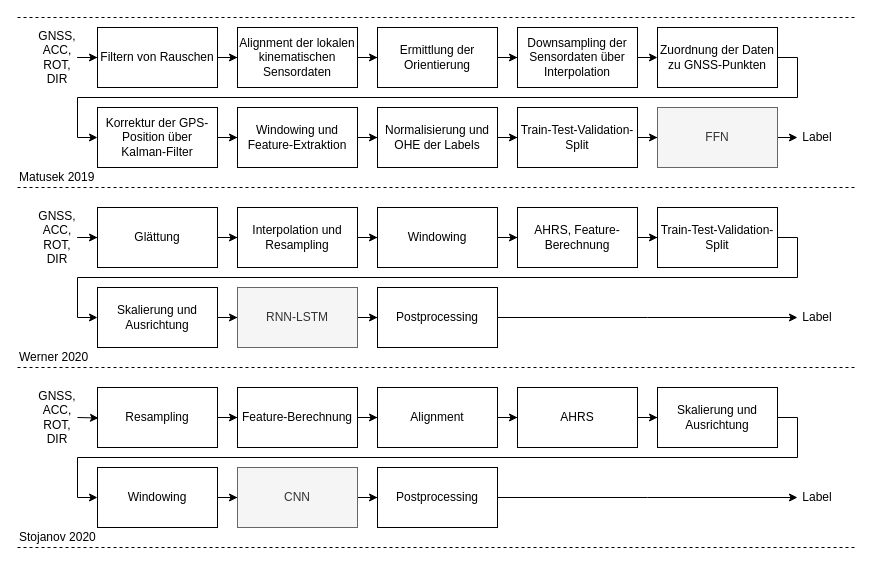
Above: images/movebis-vergleich.drawio in PhilippMatthes/diplom (draw.io), before the change. Source tidied: cells renumbered, new cells numbered last; positions are measured from the earlier drawing's top-left corner, leaving out a move shared by most shapes. Both pictures are drawn from the tidied source at 100%, with x=0, y=0 at pixel (17, 17).
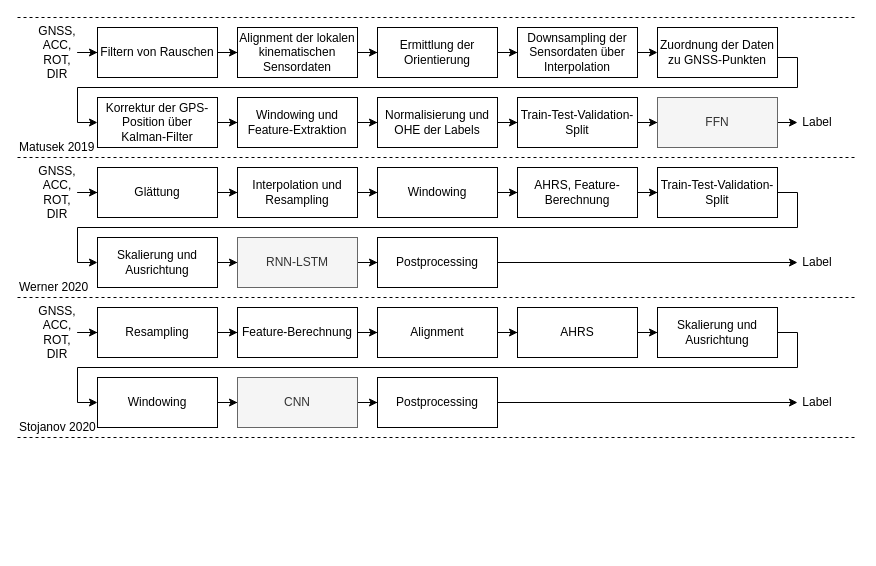
The same page after the edit.

The edit, as a diff of the source:
```diff
@@
     <mxCell id="3" value="Filtern von Rauschen" style="rounded=0;whiteSpace=wrap;html=1;" parent="1" vertex="1">
-      <mxGeometry x="80" y="10" width="120" height="60" as="geometry" />
+      <mxGeometry x="80" y="10" width="120" height="50" as="geometry" />
     </mxCell>
@@
     <mxCell id="5" value="Ermittlung der Orientierung" style="rounded=0;whiteSpace=wrap;html=1;" parent="1" vertex="1">
-      <mxGeometry x="360" y="10" width="120" height="60" as="geometry" />
+      <mxGeometry x="360" y="10" width="120" height="50" as="geometry" />
     </mxCell>
@@
     <mxCell id="7" value="Downsampling der Sensordaten über Interpolation" style="rounded=0;whiteSpace=wrap;html=1;" parent="1" vertex="1">
-      <mxGeometry x="500" y="10" width="120" height="60" as="geometry" />
+      <mxGeometry x="500" y="10" width="120" height="50" as="geometry" />
     </mxCell>
     <mxCell id="8" style="edgeStyle=orthogonalEdgeStyle;rounded=0;jettySize=auto;html=1;entryX=0;entryY=0.5;entryDx=0;entryDy=0;exitX=1;exitY=0.5;exitDx=0;exitDy=0;" parent="1" edge="1" source="9" target="11">
       <mxGeometry relative="1" as="geometry">
         <Array as="points">
+          <mxPoint x="760" y="40" />
           <mxPoint x="780" y="40" />
-          <mxPoint x="780" y="80" />
-          <mxPoint x="60" y="80" />
-          <mxPoint x="60" y="120" />
+          <mxPoint x="780" y="70" />
+          <mxPoint x="60" y="70" />
+          <mxPoint x="60" y="105" />
         </Array>
       </mxGeometry>
     </mxCell>
     <mxCell id="9" value="Zuordnung der Daten zu GNSS-Punkten" style="rounded=0;whiteSpace=wrap;html=1;" parent="1" vertex="1">
-      <mxGeometry x="640" y="10" width="120" height="60" as="geometry" />
+      <mxGeometry x="640" y="10" width="120" height="50" as="geometry" />
     </mxCell>
@@
     <mxCell id="11" value="Korrektur der GPS-Position über Kalman-Filter" style="rounded=0;whiteSpace=wrap;html=1;" parent="1" vertex="1">
-      <mxGeometry x="80" y="90" width="120" height="60" as="geometry" />
+      <mxGeometry x="80" y="80" width="120" height="50" as="geometry" />
     </mxCell>
@@
     <mxCell id="13" value="Alignment der lokalen kinematischen Sensordaten" style="rounded=0;whiteSpace=wrap;html=1;" parent="1" vertex="1">
-      <mxGeometry x="220" y="10" width="120" height="60" as="geometry" />
+      <mxGeometry x="220" y="10" width="120" height="50" as="geometry" />
     </mxCell>
@@
     <mxCell id="15" value="Windowing und Feature-Extraktion" style="rounded=0;whiteSpace=wrap;html=1;" parent="1" vertex="1">
-      <mxGeometry x="220" y="90" width="120" height="60" as="geometry" />
+      <mxGeometry x="220" y="80" width="120" height="50" as="geometry" />
     </mxCell>
@@
     <mxCell id="17" value="Train-Test-Validation-&lt;br&gt;Split" style="rounded=0;whiteSpace=wrap;html=1;" parent="1" vertex="1">
-      <mxGeometry x="500" y="90" width="120" height="60" as="geometry" />
+      <mxGeometry x="500" y="80" width="120" height="50" as="geometry" />
     </mxCell>
     <mxCell id="18" style="edgeStyle=orthogonalEdgeStyle;rounded=0;jettySize=auto;html=1;" parent="1" edge="1" source="19">
       <mxGeometry relative="1" as="geometry">
-        <mxPoint x="780" y="120" as="targetPoint" />
+        <mxPoint x="780" y="105" as="targetPoint" />
       </mxGeometry>
     </mxCell>
     <mxCell id="19" value="FFN" style="rounded=0;whiteSpace=wrap;html=1;fillColor=#f5f5f5;strokeColor=#666666;fontColor=#333333;" parent="1" vertex="1">
-      <mxGeometry x="640" y="90" width="120" height="60" as="geometry" />
+      <mxGeometry x="640" y="80" width="120" height="50" as="geometry" />
     </mxCell>
@@
     <mxCell id="21" value="Normalisierung und OHE der Labels" style="rounded=0;whiteSpace=wrap;html=1;" parent="1" vertex="1">
-      <mxGeometry x="360" y="90" width="120" height="60" as="geometry" />
+      <mxGeometry x="360" y="80" width="120" height="50" as="geometry" />
     </mxCell>
@@
     <mxCell id="23" value="Glättung" style="rounded=0;whiteSpace=wrap;html=1;" parent="1" vertex="1">
-      <mxGeometry x="80" y="190" width="120" height="60" as="geometry" />
+      <mxGeometry x="80" y="150" width="120" height="50" as="geometry" />
     </mxCell>
@@
     <mxCell id="25" value="Interpolation und Resampling" style="rounded=0;whiteSpace=wrap;html=1;" parent="1" vertex="1">
-      <mxGeometry x="220" y="190" width="120" height="60" as="geometry" />
+      <mxGeometry x="220" y="150" width="120" height="50" as="geometry" />
     </mxCell>
@@
     <mxCell id="27" value="AHRS, Feature-Berechnung" style="rounded=0;whiteSpace=wrap;html=1;" parent="1" vertex="1">
-      <mxGeometry x="500" y="190" width="120" height="60" as="geometry" />
+      <mxGeometry x="500" y="150" width="120" height="50" as="geometry" />
     </mxCell>
@@
     <mxCell id="29" value="Skalierung und Ausrichtung" style="rounded=0;whiteSpace=wrap;html=1;" parent="1" vertex="1">
-      <mxGeometry x="80" y="270" width="120" height="60" as="geometry" />
+      <mxGeometry x="80" y="220" width="120" height="50" as="geometry" />
     </mxCell>
@@
     <mxCell id="31" value="GNSS, ACC, ROT, DIR" style="text;html=1;strokeColor=none;fillColor=none;align=center;verticalAlign=middle;whiteSpace=wrap;rounded=0;" parent="1" vertex="1">
-      <mxGeometry x="20" y="30" width="40" height="20" as="geometry" />
+      <mxGeometry x="20" y="25" width="40" height="20" as="geometry" />
     </mxCell>
     <mxCell id="32" value="Label" style="text;html=1;strokeColor=none;fillColor=none;align=center;verticalAlign=middle;whiteSpace=wrap;rounded=0;" parent="1" vertex="1">
-      <mxGeometry x="780" y="110" width="40" height="20" as="geometry" />
+      <mxGeometry x="780" y="95" width="40" height="20" as="geometry" />
     </mxCell>
     <mxCell id="33" style="edgeStyle=orthogonalEdgeStyle;rounded=0;jettySize=auto;html=1;exitX=1;exitY=0.5;exitDx=0;exitDy=0;" parent="1" edge="1" source="34" target="29">
       <mxGeometry relative="1" as="geometry">
         <Array as="points">
-          <mxPoint x="780" y="220" />
-          <mxPoint x="780" y="260" />
-          <mxPoint x="60" y="260" />
-          <mxPoint x="60" y="300" />
+          <mxPoint x="780" y="175" />
+          <mxPoint x="780" y="210" />
+          <mxPoint x="60" y="210" />
+          <mxPoint x="60" y="245" />
         </Array>
       </mxGeometry>
     </mxCell>
     <mxCell id="34" value="Train-Test-Validation-&lt;br&gt;Split" style="rounded=0;whiteSpace=wrap;html=1;" parent="1" vertex="1">
-      <mxGeometry x="640" y="190" width="120" height="60" as="geometry" />
+      <mxGeometry x="640" y="150" width="120" height="50" as="geometry" />
     </mxCell>
@@
     <mxCell id="36" value="RNN-LSTM" style="rounded=0;whiteSpace=wrap;html=1;fillColor=#f5f5f5;strokeColor=#666666;fontColor=#333333;" parent="1" vertex="1">
-      <mxGeometry x="220" y="270" width="120" height="60" as="geometry" />
+      <mxGeometry x="220" y="220" width="120" height="50" as="geometry" />
     </mxCell>
@@
     <mxCell id="38" value="GNSS, ACC, ROT, DIR" style="text;html=1;strokeColor=none;fillColor=none;align=center;verticalAlign=middle;whiteSpace=wrap;rounded=0;" parent="1" vertex="1">
-      <mxGeometry x="20" y="210" width="40" height="20" as="geometry" />
+      <mxGeometry x="20" y="165" width="40" height="20" as="geometry" />
     </mxCell>
-    <mxCell id="39" style="edgeStyle=orthogonalEdgeStyle;rounded=0;jettySize=auto;html=1;" parent="1" edge="1" source="40">
-      <mxGeometry relative="1" as="geometry">
-        <mxPoint x="780" y="300" as="targetPoint" />
-      </mxGeometry>
+    <mxCell id="39" style="edgeStyle=orthogonalEdgeStyle;rounded=0;jettySize=auto;html=1;" parent="1" edge="1" source="40" target="41">
+      <mxGeometry relative="1" as="geometry" />
     </mxCell>
     <mxCell id="40" value="Postprocessing" style="rounded=0;whiteSpace=wrap;html=1;" parent="1" vertex="1">
-      <mxGeometry x="360" y="270" width="120" height="60" as="geometry" />
+      <mxGeometry x="360" y="220" width="120" height="50" as="geometry" />
     </mxCell>
     <mxCell id="41" value="Label" style="text;html=1;strokeColor=none;fillColor=none;align=center;verticalAlign=middle;whiteSpace=wrap;rounded=0;" parent="1" vertex="1">
-      <mxGeometry x="780" y="290" width="40" height="20" as="geometry" />
+      <mxGeometry x="780" y="235" width="40" height="20" as="geometry" />
     </mxCell>
-    <mxCell id="42" style="edgeStyle=orthogonalEdgeStyle;rounded=0;jettySize=auto;html=1;" parent="1" edge="1" target="45">
-      <mxGeometry relative="1" as="geometry">
-        <mxPoint x="60" y="400" as="sourcePoint" />
-      </mxGeometry>
+    <mxCell id="42" style="edgeStyle=orthogonalEdgeStyle;rounded=0;jettySize=auto;html=1;" parent="1" edge="1" source="43" target="45">
+      <mxGeometry relative="1" as="geometry" />
     </mxCell>
     <mxCell id="43" value="GNSS, ACC, ROT, DIR" style="text;html=1;strokeColor=none;fillColor=none;align=center;verticalAlign=middle;whiteSpace=wrap;rounded=0;" parent="1" vertex="1">
-      <mxGeometry x="20" y="390" width="40" height="20" as="geometry" />
+      <mxGeometry x="20" y="305" width="40" height="20" as="geometry" />
     </mxCell>
@@
     <mxCell id="45" value="Resampling" style="rounded=0;whiteSpace=wrap;html=1;" parent="1" vertex="1">
-      <mxGeometry x="80" y="370" width="120" height="60" as="geometry" />
+      <mxGeometry x="80" y="290" width="120" height="50" as="geometry" />
     </mxCell>
@@
     <mxCell id="47" value="Feature-Berechnung" style="rounded=0;whiteSpace=wrap;html=1;" parent="1" vertex="1">
-      <mxGeometry x="220" y="370" width="120" height="60" as="geometry" />
+      <mxGeometry x="220" y="290" width="120" height="50" as="geometry" />
     </mxCell>
@@
     <mxCell id="49" value="Windowing" style="rounded=0;whiteSpace=wrap;html=1;" parent="1" vertex="1">
-      <mxGeometry x="80" y="450" width="120" height="60" as="geometry" />
+      <mxGeometry x="80" y="360" width="120" height="50" as="geometry" />
     </mxCell>
@@
     <mxCell id="51" value="Windowing" style="rounded=0;whiteSpace=wrap;html=1;" parent="1" vertex="1">
-      <mxGeometry x="360" y="190" width="120" height="60" as="geometry" />
+      <mxGeometry x="360" y="150" width="120" height="50" as="geometry" />
     </mxCell>
@@
     <mxCell id="53" value="Alignment" style="rounded=0;whiteSpace=wrap;html=1;" parent="1" vertex="1">
-      <mxGeometry x="360" y="370" width="120" height="60" as="geometry" />
+      <mxGeometry x="360" y="290" width="120" height="50" as="geometry" />
     </mxCell>
@@
     <mxCell id="55" value="AHRS" style="rounded=0;whiteSpace=wrap;html=1;" parent="1" vertex="1">
-      <mxGeometry x="500" y="370" width="120" height="60" as="geometry" />
+      <mxGeometry x="500" y="290" width="120" height="50" as="geometry" />
     </mxCell>
     <mxCell id="56" style="edgeStyle=orthogonalEdgeStyle;rounded=0;jettySize=auto;html=1;entryX=0;entryY=0.5;entryDx=0;entryDy=0;exitX=1;exitY=0.5;exitDx=0;exitDy=0;" parent="1" edge="1" source="57" target="49">
       <mxGeometry relative="1" as="geometry">
         <Array as="points">
-          <mxPoint x="780" y="400" />
-          <mxPoint x="780" y="440" />
-          <mxPoint x="60" y="440" />
-          <mxPoint x="60" y="480" />
+          <mxPoint x="780" y="315" />
+          <mxPoint x="780" y="350" />
+          <mxPoint x="60" y="350" />
+          <mxPoint x="60" y="385" />
         </Array>
       </mxGeometry>
     </mxCell>
     <mxCell id="57" value="Skalierung und Ausrichtung" style="rounded=0;whiteSpace=wrap;html=1;" parent="1" vertex="1">
-      <mxGeometry x="640" y="370" width="120" height="60" as="geometry" />
+      <mxGeometry x="640" y="290" width="120" height="50" as="geometry" />
     </mxCell>
@@
     <mxCell id="59" value="CNN" style="rounded=0;whiteSpace=wrap;html=1;fillColor=#f5f5f5;strokeColor=#666666;fontColor=#333333;" parent="1" vertex="1">
-      <mxGeometry x="220" y="450" width="120" height="60" as="geometry" />
+      <mxGeometry x="220" y="360" width="120" height="50" as="geometry" />
     </mxCell>
-    <mxCell id="60" style="edgeStyle=orthogonalEdgeStyle;rounded=0;jettySize=auto;html=1;exitX=1;exitY=0.5;exitDx=0;exitDy=0;" parent="1" edge="1" source="61">
-      <mxGeometry relative="1" as="geometry">
-        <mxPoint x="780" y="480" as="targetPoint" />
-      </mxGeometry>
+    <mxCell id="60" style="edgeStyle=orthogonalEdgeStyle;rounded=0;jettySize=auto;html=1;exitX=1;exitY=0.5;exitDx=0;exitDy=0;" parent="1" edge="1" source="61" target="62">
+      <mxGeometry relative="1" as="geometry" />
     </mxCell>
     <mxCell id="61" value="Postprocessing" style="rounded=0;whiteSpace=wrap;html=1;" parent="1" vertex="1">
-      <mxGeometry x="360" y="450" width="120" height="60" as="geometry" />
+      <mxGeometry x="360" y="360" width="120" height="50" as="geometry" />
     </mxCell>
     <mxCell id="62" value="Label" style="text;html=1;strokeColor=none;fillColor=none;align=center;verticalAlign=middle;whiteSpace=wrap;rounded=0;" parent="1" vertex="1">
-      <mxGeometry x="780" y="470" width="40" height="20" as="geometry" />
+      <mxGeometry x="780" y="375" width="40" height="20" as="geometry" />
     </mxCell>
     <mxCell id="63" style="endArrow=none;dashed=1;html=1;" parent="1" edge="1">
       <mxGeometry relative="1" as="geometry">
-        <mxPoint y="350" as="sourcePoint" />
-        <mxPoint x="840" y="350" as="targetPoint" />
+        <mxPoint y="280" as="sourcePoint" />
+        <mxPoint x="840" y="280" as="targetPoint" />
       </mxGeometry>
     </mxCell>
-    <mxCell id="64" style="endArrow=none;dashed=1;html=1;" parent="1" edge="1">
+    <mxCell id="64" style="endArrow=none;dashed=1;html=1;exitX=0;exitY=1;exitDx=0;exitDy=0;" parent="1" edge="1" source="65">
       <mxGeometry relative="1" as="geometry">
-        <mxPoint y="170" as="sourcePoint" />
-        <mxPoint x="840" y="170" as="targetPoint" />
+        <mxPoint x="840" y="140" as="targetPoint" />
       </mxGeometry>
     </mxCell>
     <mxCell id="65" value="Matusek 2019" style="text;html=1;strokeColor=none;fillColor=none;align=left;verticalAlign=middle;whiteSpace=wrap;rounded=0;" parent="1" vertex="1">
-      <mxGeometry y="150" width="80" height="20" as="geometry" />
+      <mxGeometry y="120" width="80" height="20" as="geometry" />
     </mxCell>
     <mxCell id="66" value="Werner 2020" style="text;html=1;strokeColor=none;fillColor=none;align=left;verticalAlign=middle;whiteSpace=wrap;rounded=0;" parent="1" vertex="1">
-      <mxGeometry y="330" width="80" height="20" as="geometry" />
+      <mxGeometry y="260" width="80" height="20" as="geometry" />
     </mxCell>
     <mxCell id="67" value="Stojanov 2020" style="text;html=1;strokeColor=none;fillColor=none;align=left;verticalAlign=middle;whiteSpace=wrap;rounded=0;" parent="1" vertex="1">
-      <mxGeometry y="510" width="80" height="20" as="geometry" />
+      <mxGeometry y="400" width="80" height="20" as="geometry" />
     </mxCell>
     <mxCell id="68" style="endArrow=none;dashed=1;html=1;" parent="1" edge="1">
       <mxGeometry relative="1" as="geometry">
-        <mxPoint y="530" as="sourcePoint" />
-        <mxPoint x="840" y="530" as="targetPoint" />
+        <mxPoint y="420" as="sourcePoint" />
+        <mxPoint x="840" y="420" as="targetPoint" />
       </mxGeometry>
     </mxCell>
```
